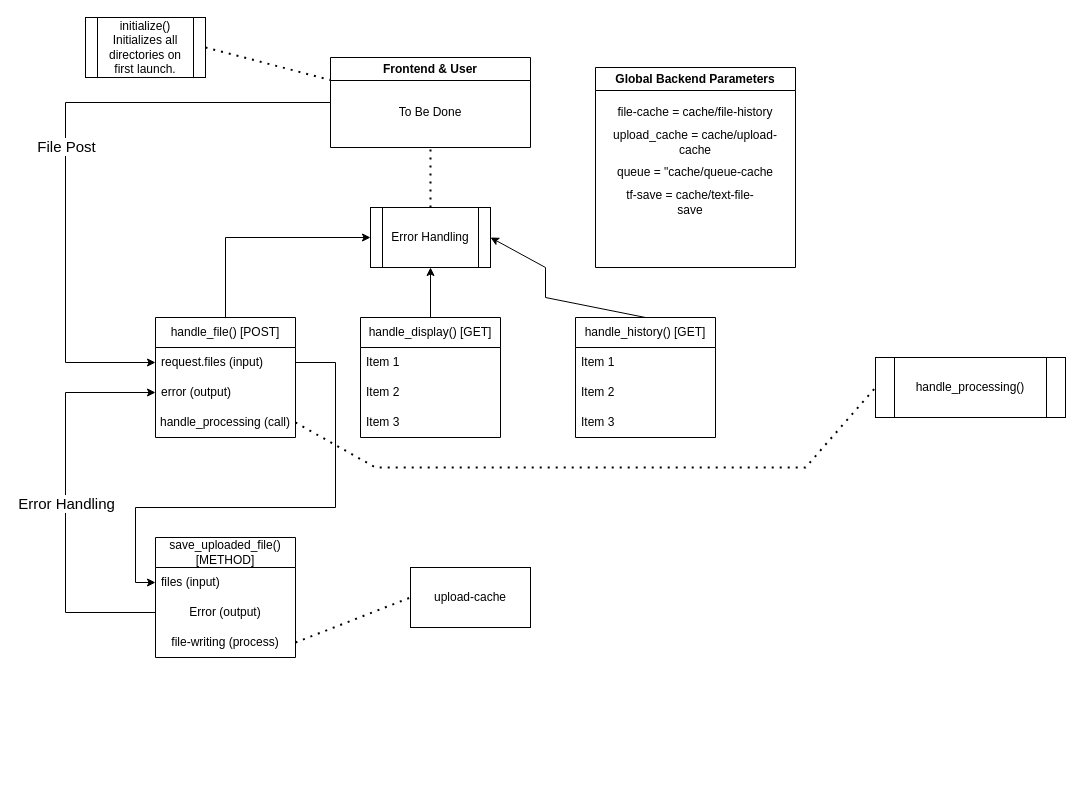
keh1nde/project-formulate keeps this draw.io diagram as designs/Backend Diagram.drawio. Above is the earlier version. Source tidied: cells renumbered, new cells numbered last; positions are measured from the earlier drawing's top-left corner, leaving out a move shared by most shapes. Both pictures are drawn from the tidied source at 100%, with x=0, y=0 at pixel (65, 17).
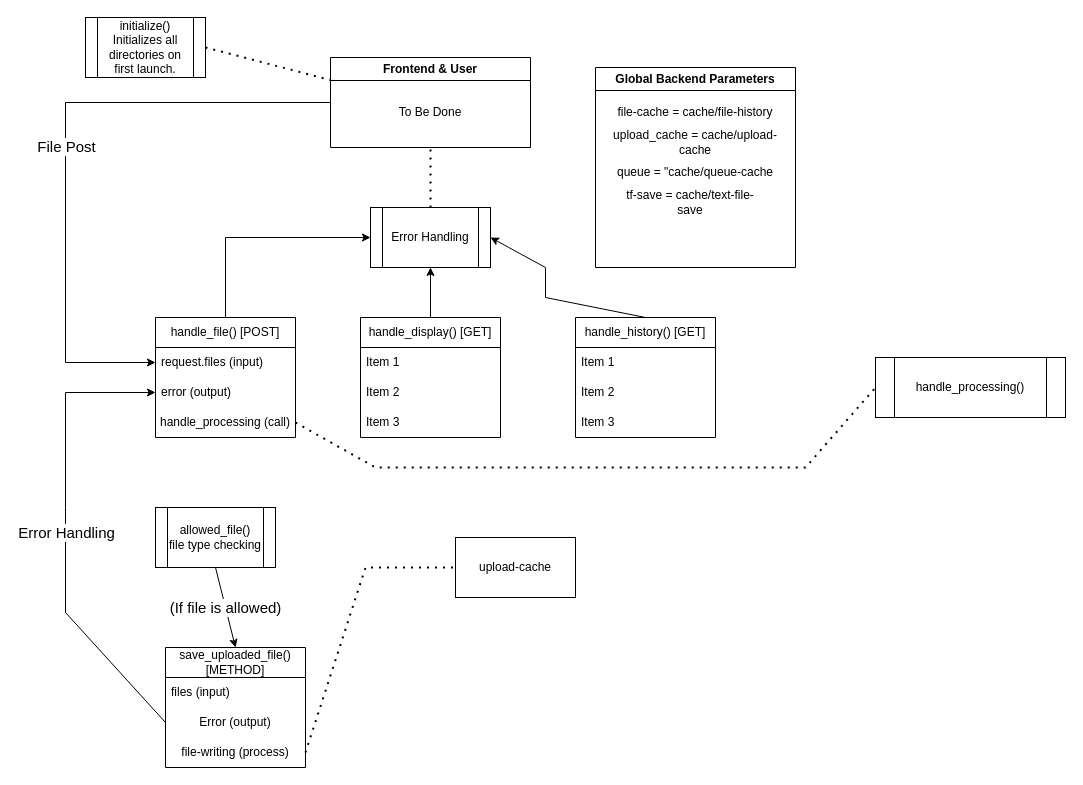
The same diagram, later.

The change refers to these unchanged cells:
```xml
<mxCell id="3" value="request.files (input)" style="text;strokeColor=none;fillColor=none;align=left;verticalAlign=middle;spacingLeft=4;spacingRight=4;overflow=hidden;points=[[0,0.5],[1,0.5]];portConstraint=eastwest;whiteSpace=wrap;html=1;" parent="2" vertex="1">
  <mxGeometry y="30" width="140" height="30" as="geometry" />
</mxCell>
<mxCell id="17" value="files (input)" style="text;strokeColor=none;fillColor=none;align=left;verticalAlign=middle;spacingLeft=4;spacingRight=4;overflow=hidden;points=[[0,0.5],[1,0.5]];portConstraint=eastwest;whiteSpace=wrap;html=1;" parent="16" vertex="1">
  <mxGeometry y="30" width="140" height="30" as="geometry" />
</mxCell>
<mxCell id="19" value="file-writing (process)" style="text;html=1;align=center;verticalAlign=middle;whiteSpace=wrap;rounded=0;" parent="16" vertex="1">
  <mxGeometry y="90" width="140" height="30" as="geometry" />
</mxCell>
```

The edit, as a diff of the source:
```diff
@@
     <mxCell id="16" value="save_uploaded_file() [METHOD]" style="swimlane;fontStyle=0;horizontal=1;startSize=30;whiteSpace=wrap;html=1;" parent="1" vertex="1">
-      <mxGeometry x="90" y="520" width="140" height="120" as="geometry" />
+      <mxGeometry x="100" y="630" width="140" height="120" as="geometry" />
     </mxCell>
@@
     <mxCell id="31" value="upload-cache" style="whiteSpace=wrap;html=1;align=center;newEdgeStyle={&quot;edgeStyle&quot;:&quot;elbowEdgeStyle&quot;,&quot;startArrow&quot;:&quot;none&quot;,&quot;endArrow&quot;:&quot;none&quot;};" parent="1" vertex="1">
-      <mxGeometry x="345" y="550" width="120" height="60" as="geometry" />
+      <mxGeometry x="390" y="520" width="120" height="60" as="geometry" />
     </mxCell>
-    <mxCell id="32" style="endArrow=classic;html=1;rounded=0;entryX=0;entryY=0.5;entryDx=0;entryDy=0;exitX=1;exitY=0.5;exitDx=0;exitDy=0;" parent="1" edge="1" source="3" target="17">
-      <mxGeometry relative="1" as="geometry">
-        <Array as="points">
-          <mxPoint x="270" y="345" />
-          <mxPoint x="270" y="490" />
-          <mxPoint x="70" y="490" />
-          <mxPoint x="70" y="565" />
-        </Array>
-      </mxGeometry>
-    </mxCell>
     <mxCell id="33" style="endArrow=none;dashed=1;html=1;dashPattern=1 3;strokeWidth=2;rounded=0;exitX=1;exitY=0.5;exitDx=0;exitDy=0;entryX=0;entryY=0.5;entryDx=0;entryDy=0;" parent="1" edge="1" source="19" target="31">
-      <mxGeometry relative="1" as="geometry" />
+      <mxGeometry relative="1" as="geometry">
+        <Array as="points">
+          <mxPoint x="300" y="550" />
+        </Array>
+      </mxGeometry>
     </mxCell>
@@
+    <mxCell id="41" value="allowed_file()&lt;div&gt;file type checking&lt;/div&gt;" style="shape=process;whiteSpace=wrap;html=1;backgroundOutline=1;" parent="1" vertex="1">
+      <mxGeometry x="90" y="490" width="120" height="60" as="geometry" />
+    </mxCell>
+    <mxCell id="42" style="endArrow=classic;html=1;rounded=0;exitX=0.5;exitY=1;exitDx=0;exitDy=0;entryX=0.5;entryY=0;entryDx=0;entryDy=0;" parent="1" edge="1" source="41" target="16">
+      <mxGeometry relative="1" as="geometry" />
+    </mxCell>
+    <mxCell id="43" value="&lt;font style=&quot;font-size: 15px;&quot;&gt;(If file is allowed)&lt;/font&gt;" style="edgeLabel;html=1;align=center;verticalAlign=middle;" parent="42" vertex="1">
+      <mxGeometry relative="1" as="geometry" />
+    </mxCell>
```
